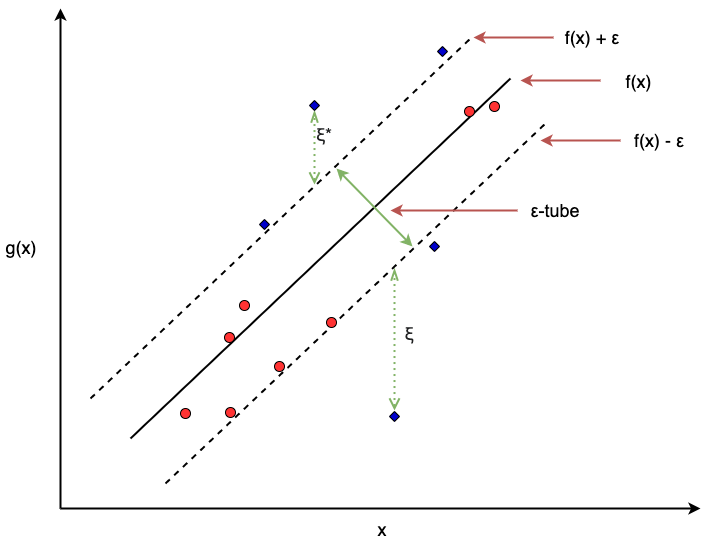
RaphaelS1/thesis_supplementary keeps this draw.io diagram as images/c3_mod/svm.png. Above is the earlier version. Source tidied: cells renumbered, new cells last; positions are measured from the earlier drawing's top-left corner, leaving out a move shared by most shapes.
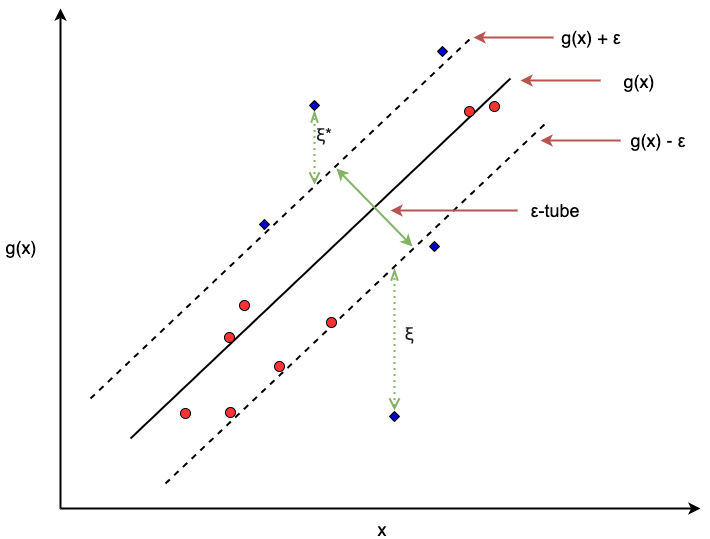
After the commit.

The edit, as a diff of the source:
```diff
@@ -56,7 +56,7 @@
     <mxCell id="14" style="ellipse;whiteSpace=wrap;html=1;fillColor=#FF3333;strokeColor=#000000;" parent="1" vertex="1">
       <mxGeometry x="464" y="98" width="10" height="10" as="geometry" />
     </mxCell>
-    <mxCell id="15" value="&lt;font style=&quot;font-size: 18px&quot;&gt;f(x) -&amp;nbsp;&lt;span style=&quot;font-family: &amp;#34;arial&amp;#34; , sans-serif ; text-align: left ; background-color: rgb(255 , 255 , 255)&quot;&gt;ε&lt;/span&gt;&lt;/font&gt;" style="text;html=1;strokeColor=none;fillColor=none;align=center;verticalAlign=middle;whiteSpace=wrap;rounded=0;fontSize=18;" parent="1" vertex="1">
+    <mxCell id="15" value="&lt;font style=&quot;font-size: 18px&quot;&gt;g(x) -&amp;nbsp;&lt;span style=&quot;font-family: &amp;#34;arial&amp;#34; , sans-serif ; text-align: left ; background-color: rgb(255 , 255 , 255)&quot;&gt;ε&lt;/span&gt;&lt;/font&gt;" style="text;html=1;strokeColor=none;fillColor=none;align=center;verticalAlign=middle;whiteSpace=wrap;rounded=0;fontSize=18;" parent="1" vertex="1">
       <mxGeometry x="620" y="122" width="76.2" height="20" as="geometry" />
     </mxCell>
     <mxCell id="16" style="endArrow=none;html=1;strokeWidth=2;fontSize=18;fillColor=#f8cecc;strokeColor=#b85450;endFill=0;startArrow=classic;startFill=1;" parent="1" edge="1">
@@ -65,7 +65,7 @@
         <mxPoint x="620" y="132" as="targetPoint" />
       </mxGeometry>
     </mxCell>
-    <mxCell id="17" value="&lt;font style=&quot;font-size: 18px&quot;&gt;f(x)&lt;/font&gt;" style="text;html=1;strokeColor=none;fillColor=none;align=center;verticalAlign=middle;whiteSpace=wrap;rounded=0;fontSize=18;" parent="1" vertex="1">
+    <mxCell id="17" value="&lt;font style=&quot;font-size: 18px&quot;&gt;g(x)&lt;/font&gt;" style="text;html=1;strokeColor=none;fillColor=none;align=center;verticalAlign=middle;whiteSpace=wrap;rounded=0;fontSize=18;" parent="1" vertex="1">
       <mxGeometry x="600" y="62" width="76.2" height="20" as="geometry" />
     </mxCell>
     <mxCell id="18" style="endArrow=none;html=1;strokeWidth=2;fontSize=18;fillColor=#f8cecc;strokeColor=#b85450;endFill=0;startArrow=classic;startFill=1;" parent="1" edge="1">
@@ -74,7 +74,7 @@
         <mxPoint x="600" y="72" as="targetPoint" />
       </mxGeometry>
     </mxCell>
-    <mxCell id="19" value="&lt;font style=&quot;font-size: 18px&quot;&gt;f(x) +&amp;nbsp;&lt;span style=&quot;font-family: &amp;#34;arial&amp;#34; , sans-serif ; text-align: left ; background-color: rgb(255 , 255 , 255)&quot;&gt;ε&lt;/span&gt;&lt;/font&gt;" style="text;html=1;strokeColor=none;fillColor=none;align=center;verticalAlign=middle;whiteSpace=wrap;rounded=0;fontSize=18;" parent="1" vertex="1">
+    <mxCell id="19" value="&lt;font style=&quot;font-size: 18px&quot;&gt;g(x) +&amp;nbsp;&lt;span style=&quot;font-family: &amp;#34;arial&amp;#34; , sans-serif ; text-align: left ; background-color: rgb(255 , 255 , 255)&quot;&gt;ε&lt;/span&gt;&lt;/font&gt;" style="text;html=1;strokeColor=none;fillColor=none;align=center;verticalAlign=middle;whiteSpace=wrap;rounded=0;fontSize=18;" parent="1" vertex="1">
       <mxGeometry x="553" y="19" width="76.2" height="20" as="geometry" />
     </mxCell>
     <mxCell id="20" style="endArrow=none;html=1;strokeWidth=2;fontSize=18;fillColor=#f8cecc;strokeColor=#b85450;endFill=0;startArrow=classic;startFill=1;" parent="1" edge="1">
```
